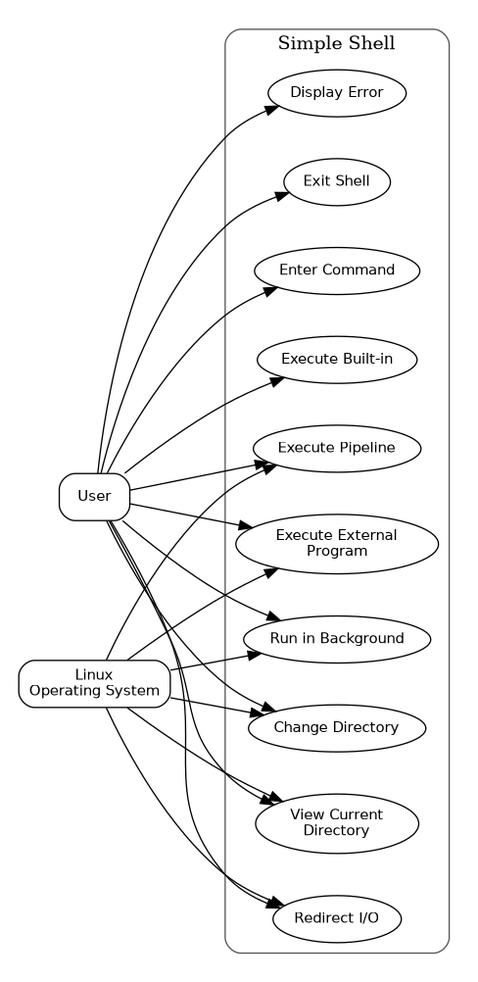
Earlier version of the Mermaid export docs/Use_Case_Diagram.png (ShrikarDesai07/simple-shell). Its source is kept beside it as docs/Use_Case_Diagram.mmd. Its diagram source:
```mermaid
flowchart LR
    User(["User"]):::actor
    OS(["Linux Operating System<br/>(Kernel Services)"]):::actor

    subgraph Shell ["Simple Shell"]
        direction LR

        subgraph Session ["Session & Input Layer"]
            direction TB
            UC_Enter(["Enter Command Line"]):::primaryUC
            UC_Parse(["Parse Input & Arguments"]):::supportUC
            UC_Exit(["Exit Shell Session"]):::primaryUC
            UC_Error(["Report Errors / Diagnostics"]):::errorUC
        end

        subgraph Execution ["Command Execution"]
            direction TB
            UC_Builtin(["Execute Built-in Command"]):::execUC
            UC_External(["Execute External Program"]):::execUC
        end

        subgraph Builtins ["Built-in Operations"]
            direction TB
            UC_CD(["Change Directory (cd)"]):::leafUC
            UC_PWD(["Print Working Directory (pwd)"]):::leafUC
            UC_Echo(["Display Arguments (echo)"]):::leafUC
            UC_Help(["Display Help (help)"]):::leafUC
        end

        subgraph Modifiers ["Execution Modifiers"]
            direction TB
            UC_Pipe(["Execute Pipeline (|)"]):::modUC
            UC_Redir(["Redirect I/O (<, >, >>)"]):::modUC
            UC_Bg(["Run in Background (&)"]):::modUC
        end
    end

    User --> UC_Enter
    User --> UC_Exit

    UC_Enter -.->|&laquo;include&raquo;| UC_Parse
    UC_Enter --> UC_Builtin
    UC_Enter --> UC_External

    UC_Builtin --> UC_CD
    UC_Builtin --> UC_PWD
    UC_Builtin --> UC_Echo
    UC_Builtin --> UC_Help
    UC_Builtin --> UC_Exit

    UC_Pipe -.->|&laquo;extend&raquo;| UC_External
    UC_Redir -.->|&laquo;extend&raquo;| UC_External
    UC_Bg -.->|&laquo;extend&raquo;| UC_External

    UC_Error -.->|&laquo;extend&raquo;| UC_Parse
    UC_Error -.->|&laquo;extend&raquo;| UC_Builtin
    UC_Error -.->|&laquo;extend&raquo;| UC_External

    UC_External -->|fork / execvp / waitpid| OS
    UC_Pipe -->|pipe / dup2| OS
    UC_Redir -->|open / dup2| OS
    UC_Bg -->|waitpid WNOHANG| OS
    UC_CD -->|chdir| OS
    UC_PWD -->|getcwd| OS

    classDef actor fill:#f8fafc,stroke:#334155,stroke-width:2px,font-weight:bold,color:#0f172a;
    classDef primaryUC fill:#ecfdf5,stroke:#059669,stroke-width:2px,font-weight:600,color:#064e3b;
    classDef execUC fill:#e0f2fe,stroke:#0284c7,stroke-width:2px,font-weight:600,color:#0c4a6e;
    classDef supportUC fill:#f1f5f9,stroke:#64748b,stroke-width:1.5px,stroke-dasharray: 4 2,color:#334155;
    classDef leafUC fill:#faf5ff,stroke:#9333ea,stroke-width:1.5px,color:#581c87;
    classDef modUC fill:#fefce8,stroke:#d97706,stroke-width:1.5px,color:#713f12;
    classDef errorUC fill:#fef2f2,stroke:#ef4444,stroke-width:1.5px,stroke-dasharray: 3 3,color:#7f1d1d;

    style Shell fill:#fafafa,stroke:#64748b,stroke-width:2px,stroke-dasharray: 5 5;
    style Session fill:#ffffff,stroke:#e2e8f0,stroke-width:1px;
    style Execution fill:#ffffff,stroke:#e2e8f0,stroke-width:1px;
    style Builtins fill:#ffffff,stroke:#e2e8f0,stroke-width:1px;
    style Modifiers fill:#ffffff,stroke:#e2e8f0,stroke-width:1px;
```
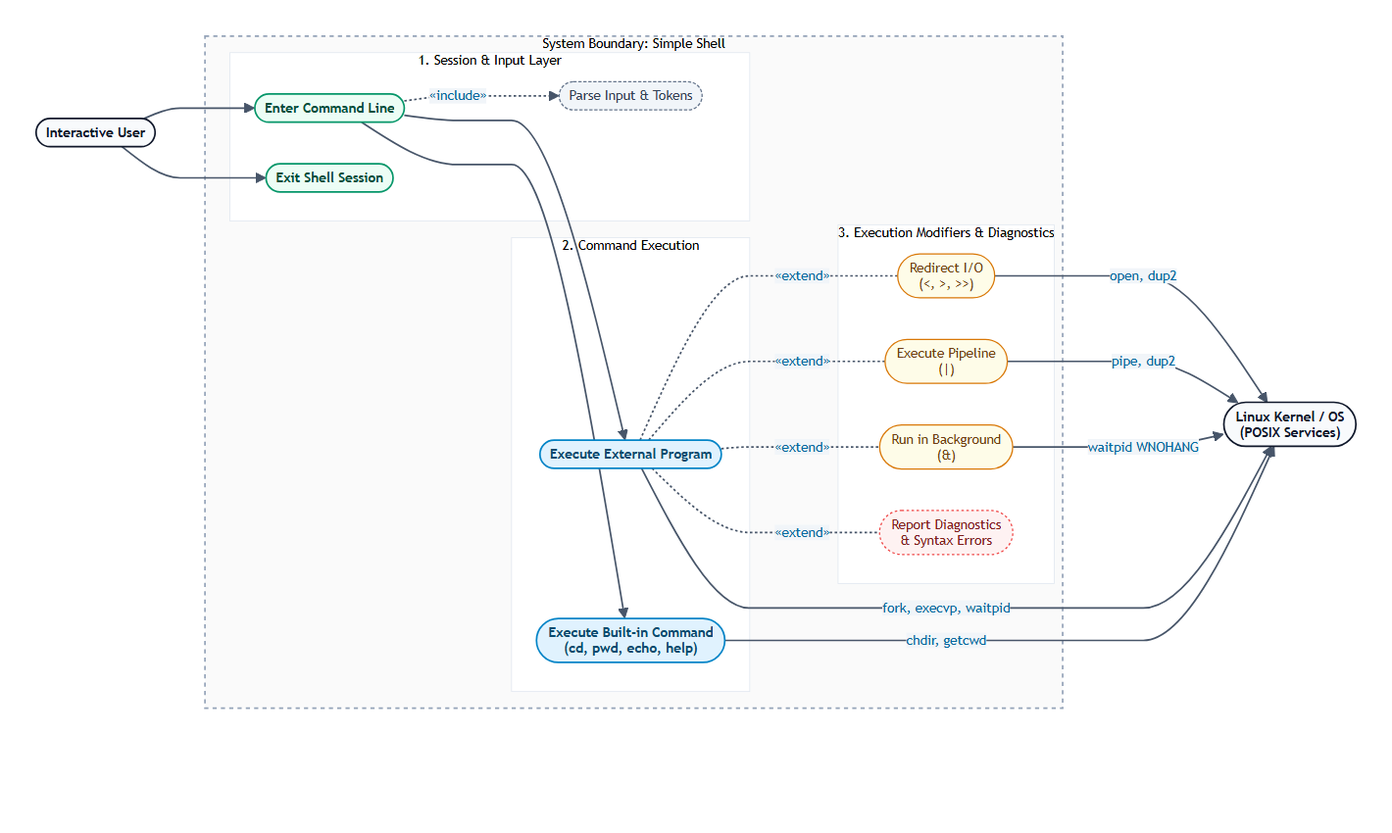
After the commit.

Commit message:
docs: streamline use case diagram layout and resolve edge crossings

Diff of the diagram source:
```diff
@@ -1,37 +1,29 @@
 flowchart LR
-    User(["User"]):::actor
-    OS(["Linux Operating System<br/>(Kernel Services)"]):::actor
+    User(["Interactive User"]):::actor
+    Kernel(["Linux Kernel / OS<br/>(POSIX Services)"]):::actor
 
-    subgraph Shell ["Simple Shell"]
+    subgraph Shell ["System Boundary: Simple Shell"]
         direction LR
 
-        subgraph Session ["Session & Input Layer"]
+        subgraph Session ["1. Session & Input Layer"]
             direction TB
             UC_Enter(["Enter Command Line"]):::primaryUC
-            UC_Parse(["Parse Input & Arguments"]):::supportUC
+            UC_Parse(["Parse Input & Tokens"]):::supportUC
             UC_Exit(["Exit Shell Session"]):::primaryUC
-            UC_Error(["Report Errors / Diagnostics"]):::errorUC
         end
 
-        subgraph Execution ["Command Execution"]
+        subgraph Execution ["2. Command Execution"]
             direction TB
-            UC_Builtin(["Execute Built-in Command"]):::execUC
             UC_External(["Execute External Program"]):::execUC
+            UC_Builtin(["Execute Built-in Command<br/>(cd, pwd, echo, help)"]):::execUC
         end
 
-        subgraph Builtins ["Built-in Operations"]
+        subgraph Modifiers ["3. Execution Modifiers & Diagnostics"]
             direction TB
-            UC_CD(["Change Directory (cd)"]):::leafUC
-            UC_PWD(["Print Working Directory (pwd)"]):::leafUC
-            UC_Echo(["Display Arguments (echo)"]):::leafUC
-            UC_Help(["Display Help (help)"]):::leafUC
-        end
-
-        subgraph Modifiers ["Execution Modifiers"]
-            direction TB
-            UC_Pipe(["Execute Pipeline (|)"]):::modUC
-            UC_Redir(["Redirect I/O (<, >, >>)"]):::modUC
-            UC_Bg(["Run in Background (&)"]):::modUC
+            UC_Redir(["Redirect I/O<br/>(<, >, >>)"]):::modUC
+            UC_Pipe(["Execute Pipeline<br/>(|)"]):::modUC
+            UC_Bg(["Run in Background<br/>(&)"]):::modUC
+            UC_Error(["Report Diagnostics<br/>& Syntax Errors"]):::errorUC
         end
     end
 
@@ -39,40 +31,29 @@
     User --> UC_Exit
 
     UC_Enter -.->|&laquo;include&raquo;| UC_Parse
+
+    UC_Enter --> UC_External
     UC_Enter --> UC_Builtin
-    UC_Enter --> UC_External
 
-    UC_Builtin --> UC_CD
-    UC_Builtin --> UC_PWD
-    UC_Builtin --> UC_Echo
-    UC_Builtin --> UC_Help
-    UC_Builtin --> UC_Exit
+    UC_External <-.-|&laquo;extend&raquo;| UC_Redir
+    UC_External <-.-|&laquo;extend&raquo;| UC_Pipe
+    UC_External <-.-|&laquo;extend&raquo;| UC_Bg
+    UC_External <-.-|&laquo;extend&raquo;| UC_Error
 
-    UC_Pipe -.->|&laquo;extend&raquo;| UC_External
-    UC_Redir -.->|&laquo;extend&raquo;| UC_External
-    UC_Bg -.->|&laquo;extend&raquo;| UC_External
+    UC_External -->|fork, execvp, waitpid| Kernel
+    UC_Builtin -->|chdir, getcwd| Kernel
+    UC_Redir -->|open, dup2| Kernel
+    UC_Pipe -->|pipe, dup2| Kernel
+    UC_Bg -->|waitpid WNOHANG| Kernel
 
-    UC_Error -.->|&laquo;extend&raquo;| UC_Parse
-    UC_Error -.->|&laquo;extend&raquo;| UC_Builtin
-    UC_Error -.->|&laquo;extend&raquo;| UC_External
-
-    UC_External -->|fork / execvp / waitpid| OS
-    UC_Pipe -->|pipe / dup2| OS
-    UC_Redir -->|open / dup2| OS
-    UC_Bg -->|waitpid WNOHANG| OS
-    UC_CD -->|chdir| OS
-    UC_PWD -->|getcwd| OS
-
-    classDef actor fill:#f8fafc,stroke:#334155,stroke-width:2px,font-weight:bold,color:#0f172a;
+    classDef actor fill:#f8fafc,stroke:#0f172a,stroke-width:2px,font-weight:bold,color:#0f172a;
     classDef primaryUC fill:#ecfdf5,stroke:#059669,stroke-width:2px,font-weight:600,color:#064e3b;
     classDef execUC fill:#e0f2fe,stroke:#0284c7,stroke-width:2px,font-weight:600,color:#0c4a6e;
     classDef supportUC fill:#f1f5f9,stroke:#64748b,stroke-width:1.5px,stroke-dasharray: 4 2,color:#334155;
-    classDef leafUC fill:#faf5ff,stroke:#9333ea,stroke-width:1.5px,color:#581c87;
-    classDef modUC fill:#fefce8,stroke:#d97706,stroke-width:1.5px,color:#713f12;
+    classDef modUC fill:#fefce8,stroke:#d97706,stroke-width:1.5px,font-weight:500,color:#713f12;
     classDef errorUC fill:#fef2f2,stroke:#ef4444,stroke-width:1.5px,stroke-dasharray: 3 3,color:#7f1d1d;
 
-    style Shell fill:#fafafa,stroke:#64748b,stroke-width:2px,stroke-dasharray: 5 5;
+    style Shell fill:#fafafa,stroke:#94a3b8,stroke-width:2px,stroke-dasharray: 5 5;
     style Session fill:#ffffff,stroke:#e2e8f0,stroke-width:1px;
     style Execution fill:#ffffff,stroke:#e2e8f0,stroke-width:1px;
-    style Builtins fill:#ffffff,stroke:#e2e8f0,stroke-width:1px;
     style Modifiers fill:#ffffff,stroke:#e2e8f0,stroke-width:1px;
```
